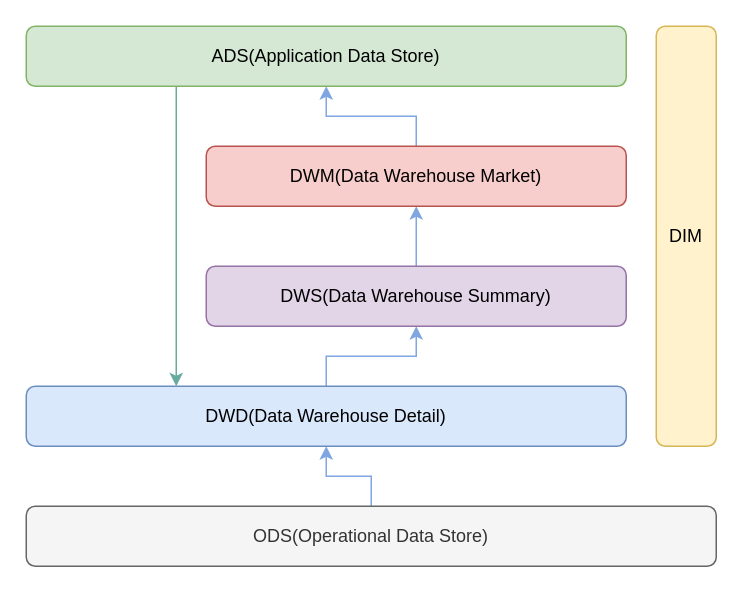
fangzheng0518/draw keeps this draw.io diagram as page "数仓分层" (1 of 2) of pet_data_warehouse/数仓3.0分层.drawio. Above is the earlier version. Source tidied: cells renumbered, new cells numbered last; positions are measured from the earlier drawing's top-left corner, leaving out a move shared by most shapes. Both pictures are drawn from the tidied source at 150%, with x=0, y=0 at pixel (26, 26).
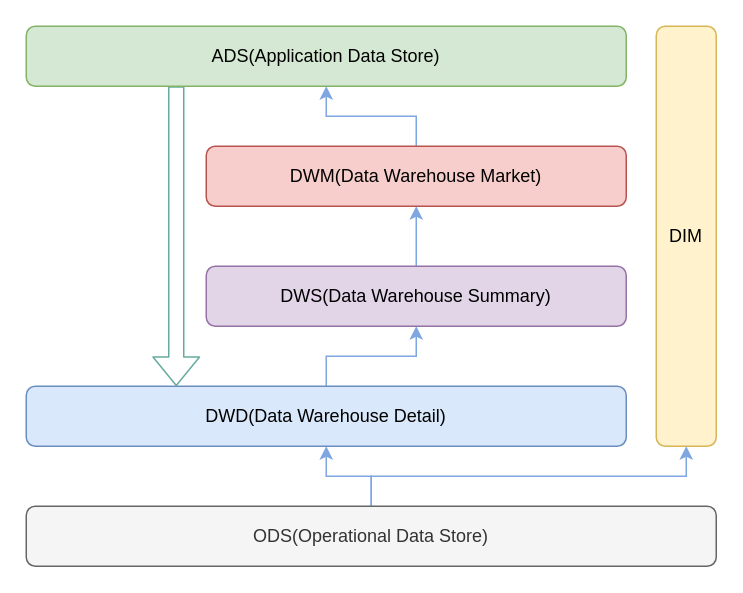
The same page after the edit.

Commit message (it also covers changes not shown here):
更新数仓3.0分层.drawio

The edit, as a diff of the source:
```diff
@@
 <mxGraphModel>
   <root>
     <mxCell id="0" />
     <mxCell id="1" parent="0" />
     <mxCell id="2" style="edgeStyle=orthogonalEdgeStyle;rounded=0;jettySize=auto;html=1;strokeColor=#7EA6E0;" parent="1" edge="1" source="3" target="5">
       <mxGeometry relative="1" as="geometry" />
     </mxCell>
+    <mxCell id="13" style="edgeStyle=orthogonalEdgeStyle;rounded=0;jettySize=auto;html=1;entryX=0.5;entryY=1;entryDx=0;entryDy=0;strokeColor=#7EA6E0;" parent="1" edge="1" source="3" target="12">
+      <mxGeometry relative="1" as="geometry" />
+    </mxCell>
     <mxCell id="3" value="ODS(Operational Data Store)" style="rounded=1;whiteSpace=wrap;html=1;fillColor=#f5f5f5;strokeColor=#666666;fontColor=#333333;" parent="1" vertex="1">
       <mxGeometry y="320" width="460" height="40" as="geometry" />
     </mxCell>
     <mxCell id="4" style="edgeStyle=orthogonalEdgeStyle;rounded=0;jettySize=auto;html=1;strokeColor=#7EA6E0;" parent="1" edge="1" source="5" target="7">
       <mxGeometry relative="1" as="geometry" />
     </mxCell>
     <mxCell id="5" value="DWD(Data Warehouse Detail)" style="rounded=1;whiteSpace=wrap;html=1;fillColor=#dae8fc;strokeColor=#6c8ebf;" parent="1" vertex="1">
       <mxGeometry y="240" width="400" height="40" as="geometry" />
     </mxCell>
     <mxCell id="6" style="edgeStyle=orthogonalEdgeStyle;rounded=0;jettySize=auto;html=1;strokeColor=#7EA6E0;" parent="1" edge="1" source="7" target="9">
       <mxGeometry relative="1" as="geometry" />
     </mxCell>
     <mxCell id="7" value="DWS(Data Warehouse Summary)" style="rounded=1;whiteSpace=wrap;html=1;fillColor=#e1d5e7;strokeColor=#9673a6;" parent="1" vertex="1">
       <mxGeometry x="120" y="160" width="280" height="40" as="geometry" />
     </mxCell>
     <mxCell id="8" style="edgeStyle=orthogonalEdgeStyle;rounded=0;jettySize=auto;html=1;entryX=0.5;entryY=1;entryDx=0;entryDy=0;strokeColor=#7EA6E0;" parent="1" edge="1" source="9" target="11">
       <mxGeometry relative="1" as="geometry" />
     </mxCell>
     <mxCell id="9" value="DWM(Data Warehouse Market)" style="rounded=1;whiteSpace=wrap;html=1;fillColor=#f8cecc;strokeColor=#b85450;" parent="1" vertex="1">
       <mxGeometry x="120" y="80" width="280" height="40" as="geometry" />
     </mxCell>
-    <mxCell id="10" style="edgeStyle=orthogonalEdgeStyle;rounded=0;jettySize=auto;html=1;exitX=0.25;exitY=1;exitDx=0;exitDy=0;entryX=0.25;entryY=0;entryDx=0;entryDy=0;strokeColor=#67AB9F;" parent="1" edge="1" source="11" target="5">
+    <mxCell id="10" style="edgeStyle=orthogonalEdgeStyle;rounded=1;jettySize=auto;html=1;exitX=0.25;exitY=1;exitDx=0;exitDy=0;entryX=0.25;entryY=0;entryDx=0;entryDy=0;strokeColor=#67AB9F;shape=flexArrow;" parent="1" edge="1" source="11" target="5">
       <mxGeometry relative="1" as="geometry" />
     </mxCell>
     <mxCell id="11" value="ADS(Application Data Store)" style="rounded=1;whiteSpace=wrap;html=1;fillColor=#d5e8d4;strokeColor=#82b366;" parent="1" vertex="1">
       <mxGeometry width="400" height="40" as="geometry" />
     </mxCell>
     <mxCell id="12" value="DIM" style="rounded=1;whiteSpace=wrap;html=1;fillColor=#fff2cc;strokeColor=#d6b656;" parent="1" vertex="1">
       <mxGeometry x="420" width="40" height="280" as="geometry" />
     </mxCell>
   </root>
 </mxGraphModel>
```
